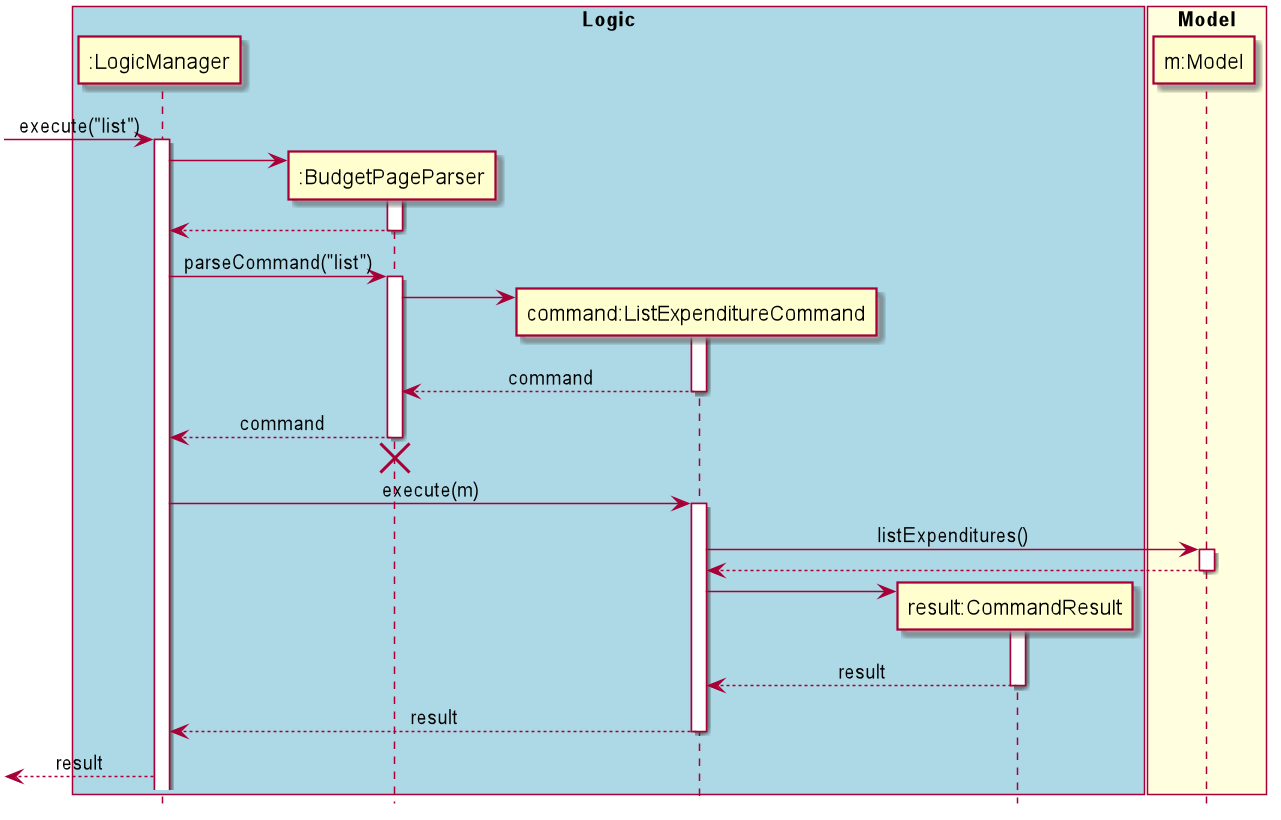
yu-ming-chen/tp keeps this PlantUML diagram as docs/diagrams/commandsPlantUML/diagram/ListExpenditureCommand.png. Above is the earlier version.
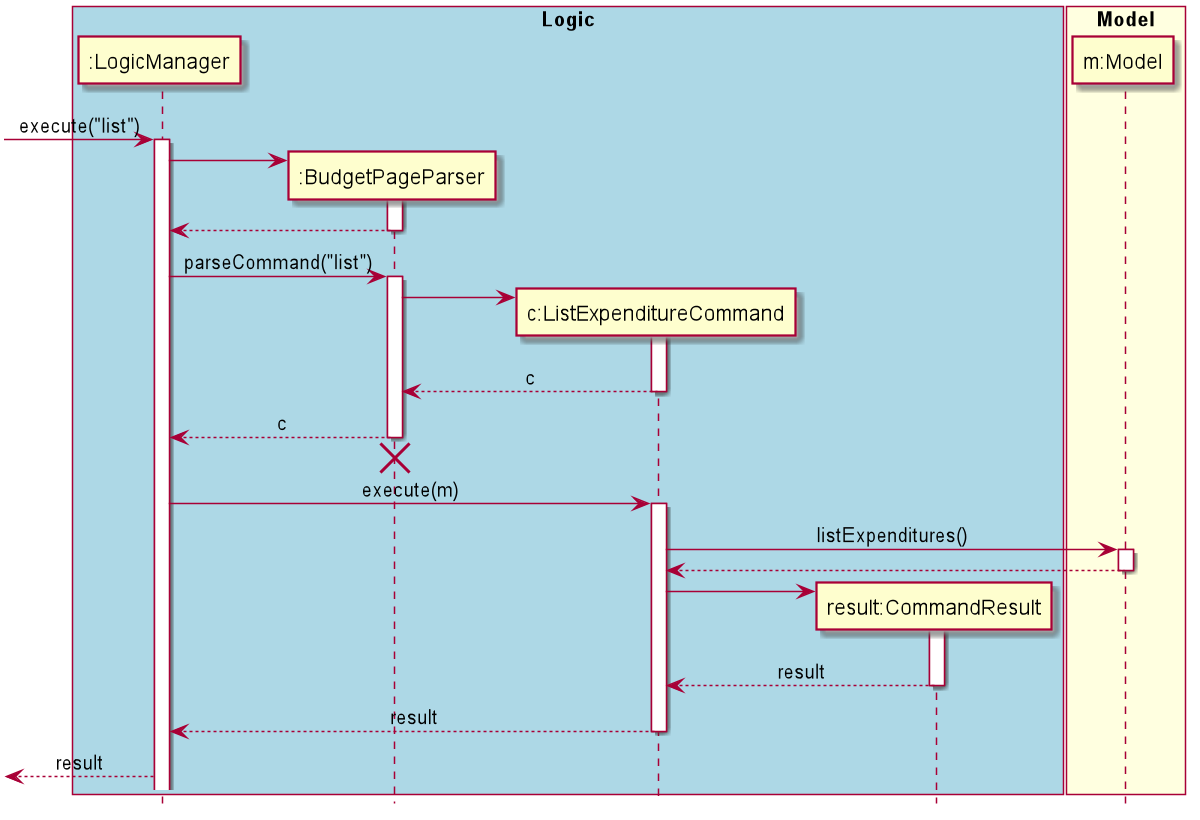
The same diagram one commit later.

Change to the diagram source:
```diff
@@ -6,7 +6,7 @@
 box "Logic" #LightBlue
 participant ":LogicManager" as LM
 participant ":BudgetPageParser" as BPP
-participant "command:ListExpenditureCommand" as LEC
+participant "c:ListExpenditureCommand" as LEC
 participant "result:CommandResult" as CR
 end box
 
@@ -29,10 +29,10 @@
 create LEC
 BPP -> LEC
 activate LEC
-BPP <-- LEC : command
+BPP <-- LEC : c
 deactivate LEC
 
-LM <-- BPP : command
+LM <-- BPP : c
 deactivate BPP
 LM <-[hidden]- BPP
 destroy BPP
```
